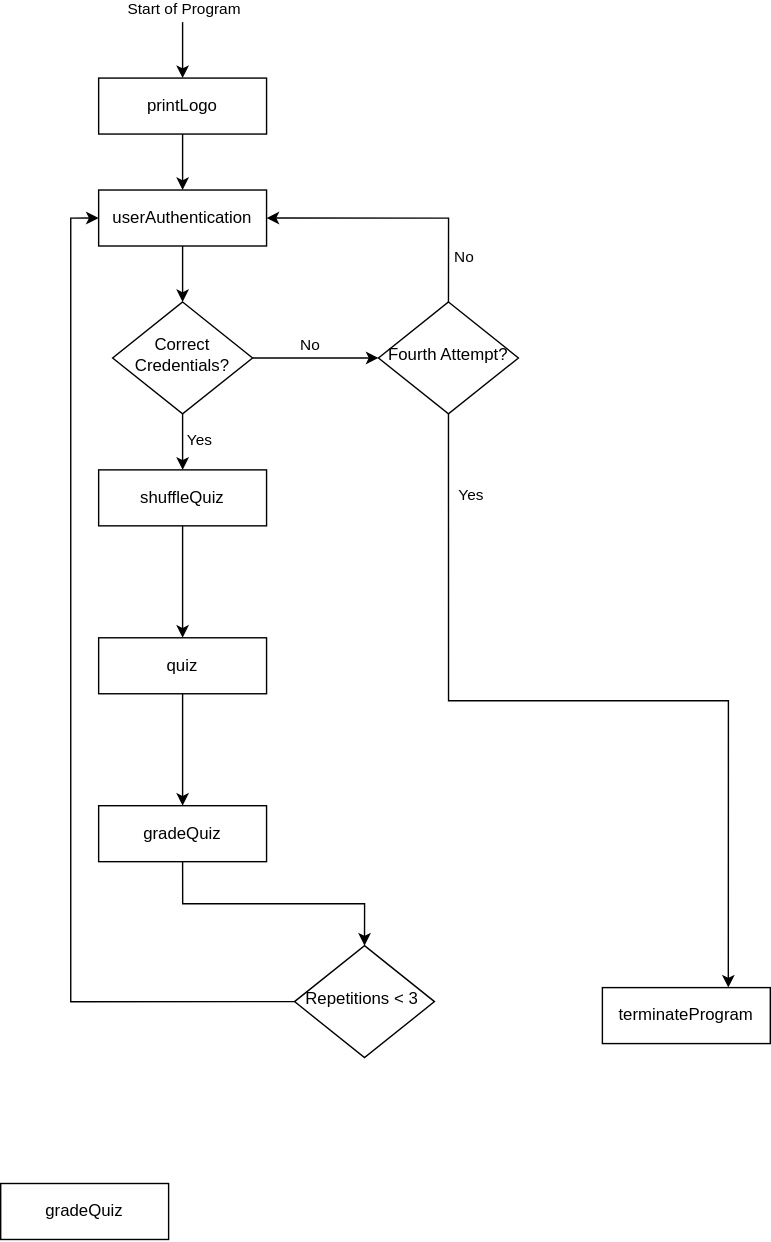
This is Quiz_App_ExecutionFlow_SW.svg from QaisJildeh/Microprocessors-Software-Project, a draw.io export, as it was before one commit. Source tidied: cells renumbered, new cells last; positions are measured from the earlier drawing's top-left corner, leaving out a move shared by most shapes.
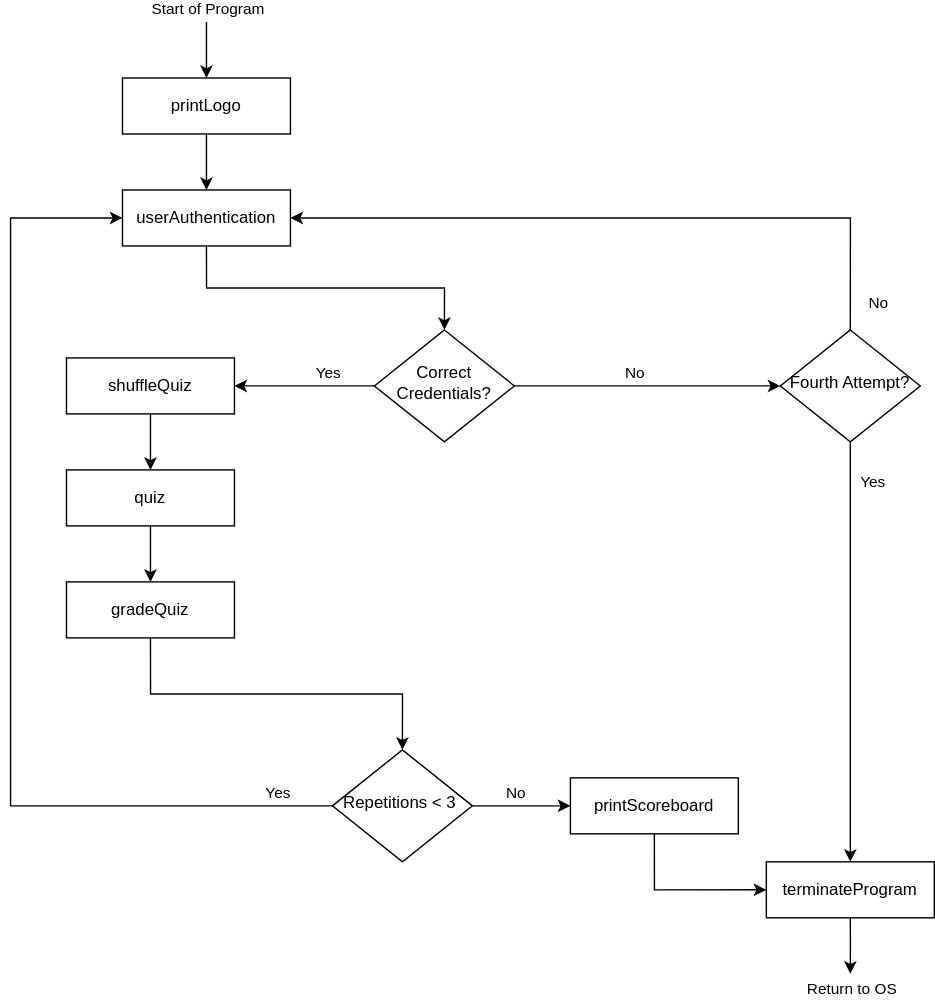
Later version of the same file.

Change to the diagram source:
```diff
@@ -5,12 +5,12 @@
     <mxCell id="2" style="edgeStyle=orthogonalEdgeStyle;rounded=0;jettySize=auto;html=1;exitX=0.5;exitY=1;exitDx=0;exitDy=0;entryX=0.5;entryY=0;entryDx=0;entryDy=0;" parent="1" edge="1" source="19" target="18">
       <mxGeometry relative="1" as="geometry" />
     </mxCell>
-    <mxCell id="3" style="edgeStyle=orthogonalEdgeStyle;rounded=0;jettySize=auto;html=1;exitX=0.5;exitY=1;exitDx=0;exitDy=0;entryX=0.5;entryY=0;entryDx=0;entryDy=0;" parent="1" edge="1" source="7" target="21">
+    <mxCell id="3" style="edgeStyle=orthogonalEdgeStyle;rounded=0;jettySize=auto;html=1;exitX=0;exitY=0.5;exitDx=0;exitDy=0;entryX=1;entryY=0.5;entryDx=0;entryDy=0;" parent="1" edge="1" source="7" target="21">
       <mxGeometry relative="1" as="geometry" />
     </mxCell>
     <mxCell id="4" value="Yes" style="edgeLabel;html=1;align=center;verticalAlign=middle;" parent="3" vertex="1">
       <mxGeometry x="-0.34" relative="1" as="geometry">
-        <mxPoint x="11" y="5" as="offset" />
+        <mxPoint x="-1" y="-10" as="offset" />
       </mxGeometry>
     </mxCell>
     <mxCell id="5" style="edgeStyle=orthogonalEdgeStyle;rounded=0;jettySize=auto;html=1;exitX=1;exitY=0.5;exitDx=0;exitDy=0;entryX=0;entryY=0.5;entryDx=0;entryDy=0;" parent="1" edge="1" source="7" target="15">
@@ -22,7 +22,7 @@
       </mxGeometry>
     </mxCell>
     <mxCell id="7" value="Correct Credentials?" style="rhombus;whiteSpace=wrap;html=1;shadow=0;fontFamily=Helvetica;fontSize=12;align=center;strokeWidth=1;spacing=6;spacingTop=-4;" parent="1" vertex="1">
-      <mxGeometry x="80" y="200" width="100" height="80" as="geometry" />
+      <mxGeometry x="250" y="220" width="100" height="80" as="geometry" />
     </mxCell>
     <mxCell id="8" style="endArrow=classic;html=1;rounded=0;entryX=0.5;entryY=0;entryDx=0;entryDy=0;" parent="1" edge="1" target="19">
       <mxGeometry relative="1" as="geometry">
@@ -42,10 +42,10 @@
     </mxCell>
     <mxCell id="12" value="No" style="edgeLabel;html=1;align=center;verticalAlign=middle;" parent="11" vertex="1">
       <mxGeometry x="-0.66" y="1" relative="1" as="geometry">
-        <mxPoint x="11" as="offset" />
+        <mxPoint x="22" y="59" as="offset" />
       </mxGeometry>
     </mxCell>
-    <mxCell id="13" style="edgeStyle=orthogonalEdgeStyle;rounded=0;jettySize=auto;html=1;exitX=0.5;exitY=1;exitDx=0;exitDy=0;entryX=0.75;entryY=0;entryDx=0;entryDy=0;" parent="1" edge="1" source="15" target="24">
+    <mxCell id="13" style="edgeStyle=orthogonalEdgeStyle;rounded=0;jettySize=auto;html=1;exitX=0.5;exitY=1;exitDx=0;exitDy=0;entryX=0.5;entryY=0;entryDx=0;entryDy=0;" parent="1" edge="1" source="15" target="24">
       <mxGeometry relative="1" as="geometry" />
     </mxCell>
     <mxCell id="14" value="Yes" style="edgeLabel;html=1;align=center;verticalAlign=middle;" parent="13" vertex="1">
@@ -54,13 +54,13 @@
       </mxGeometry>
     </mxCell>
     <mxCell id="15" value="Fourth Attempt?" style="rhombus;whiteSpace=wrap;html=1;shadow=0;fontFamily=Helvetica;fontSize=12;align=center;strokeWidth=1;spacing=6;spacingTop=-4;" parent="1" vertex="1">
-      <mxGeometry x="270" y="200" width="100" height="80" as="geometry" />
+      <mxGeometry x="540" y="220" width="100" height="80" as="geometry" />
     </mxCell>
     <mxCell id="16" style="edgeStyle=orthogonalEdgeStyle;rounded=0;jettySize=auto;html=1;exitX=0.5;exitY=1;exitDx=0;exitDy=0;entryX=0.5;entryY=0;entryDx=0;entryDy=0;" parent="1" edge="1" source="17" target="23">
       <mxGeometry relative="1" as="geometry" />
     </mxCell>
     <mxCell id="17" value="quiz" style="rounded=0;whiteSpace=wrap;html=1;" parent="1" vertex="1">
-      <mxGeometry x="70" y="440" width="120" height="40" as="geometry" />
+      <mxGeometry x="30" y="320" width="120" height="40" as="geometry" />
     </mxCell>
     <mxCell id="18" value="userAuthentication" style="rounded=0;whiteSpace=wrap;html=1;" parent="1" vertex="1">
       <mxGeometry x="70" y="120" width="120" height="40" as="geometry" />
@@ -72,25 +72,56 @@
       <mxGeometry relative="1" as="geometry" />
     </mxCell>
     <mxCell id="21" value="shuffleQuiz" style="rounded=0;whiteSpace=wrap;html=1;" parent="1" vertex="1">
-      <mxGeometry x="70" y="320" width="120" height="40" as="geometry" />
+      <mxGeometry x="30" y="240" width="120" height="40" as="geometry" />
     </mxCell>
     <mxCell id="22" style="edgeStyle=orthogonalEdgeStyle;rounded=0;jettySize=auto;html=1;exitX=0.5;exitY=1;exitDx=0;exitDy=0;entryX=0.5;entryY=0;entryDx=0;entryDy=0;" parent="1" edge="1" source="23" target="27">
       <mxGeometry relative="1" as="geometry" />
     </mxCell>
     <mxCell id="23" value="gradeQuiz" style="rounded=0;whiteSpace=wrap;html=1;" parent="1" vertex="1">
-      <mxGeometry x="70" y="560" width="120" height="40" as="geometry" />
+      <mxGeometry x="30" y="400" width="120" height="40" as="geometry" />
     </mxCell>
+    <mxCell id="26" style="edgeStyle=orthogonalEdgeStyle;rounded=0;jettySize=auto;html=1;exitX=0;exitY=0.5;exitDx=0;exitDy=0;entryX=0;entryY=0.5;entryDx=0;entryDy=0;" parent="1" edge="1" source="27" target="18">
+      <mxGeometry relative="1" as="geometry">
+        <Array as="points">
+          <mxPoint x="-10" y="560" />
+          <mxPoint x="-10" y="140" />
+        </Array>
+      </mxGeometry>
+    </mxCell>
+    <mxCell id="28" value="Yes" style="edgeLabel;html=1;align=center;verticalAlign=middle;" parent="26" vertex="1">
+      <mxGeometry x="-0.85" relative="1" as="geometry">
+        <mxPoint x="17" y="-10" as="offset" />
+      </mxGeometry>
+    </mxCell>
+    <mxCell id="29" style="edgeStyle=orthogonalEdgeStyle;rounded=0;jettySize=auto;html=1;exitX=1;exitY=0.5;exitDx=0;exitDy=0;entryX=0;entryY=0.5;entryDx=0;entryDy=0;" parent="1" edge="1" source="27" target="34">
+      <mxGeometry relative="1" as="geometry" />
+    </mxCell>
+    <mxCell id="30" value="No" style="edgeLabel;html=1;align=center;verticalAlign=middle;" parent="29" vertex="1">
+      <mxGeometry x="-0.78" y="-3" relative="1" as="geometry">
+        <mxPoint x="22" y="-13" as="offset" />
+      </mxGeometry>
+    </mxCell>
+    <mxCell id="27" value="Repetitions &amp;lt; 3&amp;nbsp;" style="rhombus;whiteSpace=wrap;html=1;shadow=0;fontFamily=Helvetica;fontSize=12;align=center;strokeWidth=1;spacing=6;spacingTop=-4;" parent="1" vertex="1">
+      <mxGeometry x="220" y="520" width="100" height="80" as="geometry" />
+    </mxCell>
+    <mxCell id="31" style="edgeStyle=orthogonalEdgeStyle;rounded=0;jettySize=auto;html=1;exitX=0.5;exitY=1;exitDx=0;exitDy=0;" parent="1" edge="1" source="24">
+      <mxGeometry relative="1" as="geometry">
+        <mxPoint x="590" y="680" as="targetPoint" />
+      </mxGeometry>
+    </mxCell>
+    <mxCell id="32" value="Return to OS" style="edgeLabel;html=1;align=center;verticalAlign=middle;" parent="31" vertex="1">
+      <mxGeometry x="-0.09" y="-1" relative="1" as="geometry">
+        <mxPoint x="1" y="32" as="offset" />
+      </mxGeometry>
+    </mxCell>
     <mxCell id="24" value="terminateProgram" style="rounded=0;whiteSpace=wrap;html=1;" parent="1" vertex="1">
-      <mxGeometry x="430" y="690" width="120" height="40" as="geometry" />
+      <mxGeometry x="530" y="600" width="120" height="40" as="geometry" />
     </mxCell>
-    <mxCell id="25" value="gradeQuiz" style="rounded=0;whiteSpace=wrap;html=1;" parent="1" vertex="1">
-      <mxGeometry y="830" width="120" height="40" as="geometry" />
-    </mxCell>
-    <mxCell id="26" style="edgeStyle=orthogonalEdgeStyle;rounded=0;jettySize=auto;html=1;exitX=0;exitY=0.5;exitDx=0;exitDy=0;entryX=0;entryY=0.5;entryDx=0;entryDy=0;" parent="1" edge="1" source="27" target="18">
-      <mxGeometry relative="1" as="geometry" />
-    </mxCell>
-    <mxCell id="27" value="Repetitions &amp;lt; 3&amp;nbsp;" style="rhombus;whiteSpace=wrap;html=1;shadow=0;fontFamily=Helvetica;fontSize=12;align=center;strokeWidth=1;spacing=6;spacingTop=-4;" parent="1" vertex="1">
-      <mxGeometry x="210" y="660" width="100" height="80" as="geometry" />
-    </mxCell>
+    <mxCell id="33" style="edgeStyle=orthogonalEdgeStyle;rounded=0;jettySize=auto;html=1;exitX=0.5;exitY=1;exitDx=0;exitDy=0;entryX=0;entryY=0.5;entryDx=0;entryDy=0;" parent="1" edge="1" source="34" target="24">
+      <mxGeometry relative="1" as="geometry" />
+    </mxCell>
+    <mxCell id="34" value="printScoreboard" style="rounded=0;whiteSpace=wrap;html=1;" parent="1" vertex="1">
+      <mxGeometry x="390" y="540" width="120" height="40" as="geometry" />
+    </mxCell>
   </root>
 </mxGraphModel>
```
